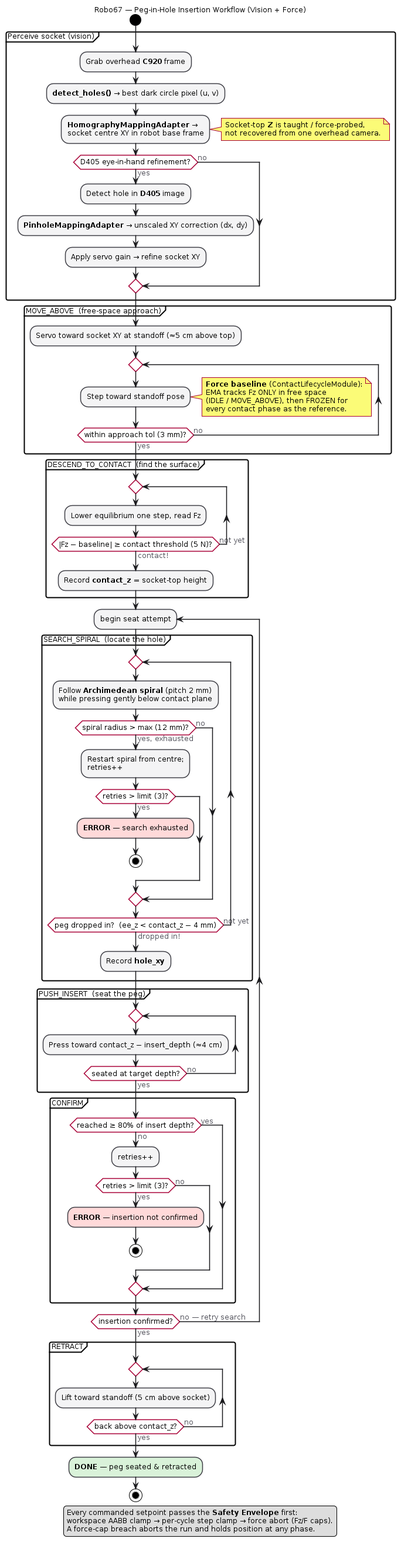
Before: docs/architecture/diagrams/peg_in_hole_workflow.png, a diagram exported from PlantUML (M4RKUS28/Robo67).
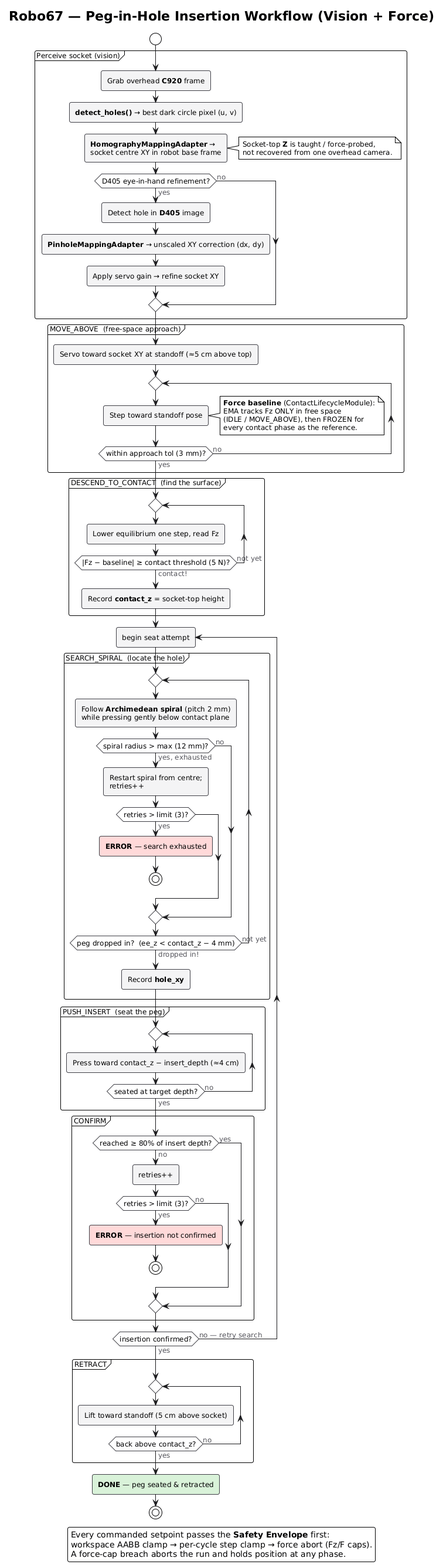
The same diagram one commit later.

Commit message:
docs(robo67): restore !theme plain styling on insertion diagrams

Change to the diagram source:
```diff
@@ -1,4 +1,5 @@
 @startuml peg_in_hole_workflow
+!theme plain
 skinparam backgroundColor #FFFFFF
 skinparam shadowing false
 skinparam roundCorner 6
@@ -59,7 +60,7 @@
       if (spiral radius > max (12 mm)?) then (yes, exhausted)
         :Restart spiral from centre;\nretries++;
         if (retries > limit (3)?) then (yes)
-          #FFD9D9:**ERROR** — search exhausted;
+          :**ERROR** — search exhausted; <<#FFD9D9>>
           stop
         endif
       else (no)
@@ -78,7 +79,7 @@
     if (reached ≥ 80% of insert depth?) then (no)
       :retries++;
       if (retries > limit (3)?) then (yes)
-        #FFD9D9:**ERROR** — insertion not confirmed;
+        :**ERROR** — insertion not confirmed; <<#FFD9D9>>
         stop
       else (no)
       endif
@@ -94,7 +95,7 @@
   repeat while (back above contact_z?) is (no) not (yes)
 }
 
-#D9F2D9:**DONE** — peg seated & retracted;
+:**DONE** — peg seated & retracted; <<#D9F2D9>>
 stop
 
 legend bottom
```
